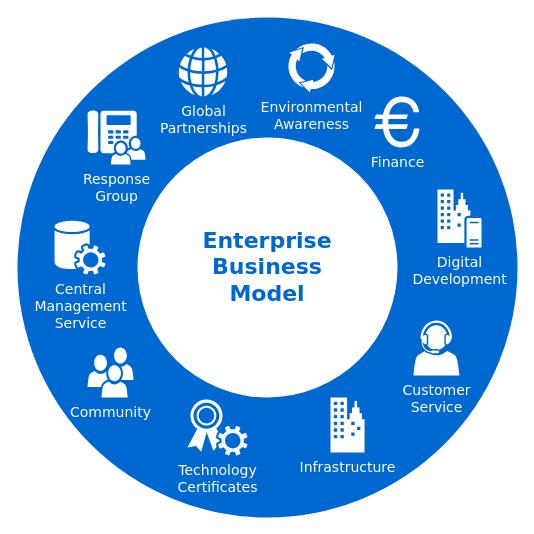
Above: Namnlöst diagram.drawio in PeterVinter/Diagrams (draw.io), before the change. Source tidied: cells renumbered, new cells numbered last; positions are measured from the earlier drawing's top-left corner, leaving out a move shared by most shapes. Both pictures are drawn from the tidied source at 100%, with x=0, y=0 at pixel (17, 17).
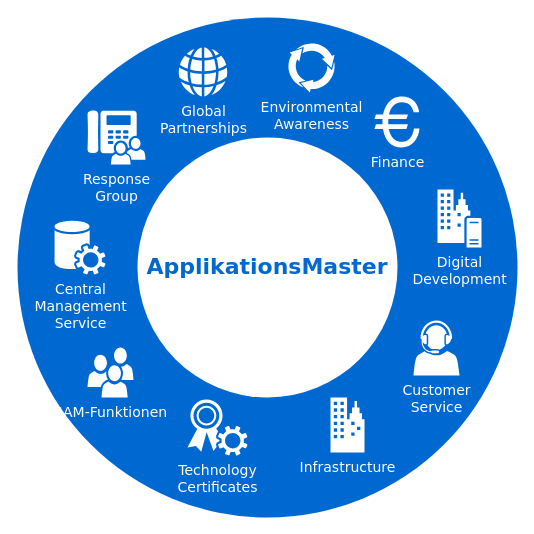
The same diagram, later.

Diff of the diagram source:
```diff
@@
 <mxGraphModel>
   <root>
     <mxCell id="0" />
     <mxCell id="1" parent="0" />
     <mxCell id="2" style="ellipse;whiteSpace=wrap;html=1;rounded=0;shadow=0;comic=0;strokeWidth=1;fontFamily=Verdana;fontSize=14;strokeColor=none;fillColor=#0069D1;" parent="1" vertex="1">
       <mxGeometry width="500" height="500" as="geometry" />
     </mxCell>
-    <mxCell id="3" value="Enterprise&lt;div&gt;Business&lt;/div&gt;&lt;div&gt;Model&lt;/div&gt;" style="ellipse;whiteSpace=wrap;html=1;rounded=0;shadow=0;comic=0;strokeWidth=1;fontFamily=Verdana;fontSize=22;strokeColor=none;fillColor=#ffffff;fontColor=#0069D1;fontStyle=1;" parent="1" vertex="1">
+    <mxCell id="3" value="ApplikationsMaster" style="ellipse;whiteSpace=wrap;html=1;rounded=0;shadow=0;comic=0;strokeWidth=1;fontFamily=Verdana;fontSize=22;strokeColor=none;fillColor=#ffffff;fontColor=#0069D1;fontStyle=1;" parent="1" vertex="1">
       <mxGeometry x="120" y="120" width="260" height="260" as="geometry" />
     </mxCell>
-    <mxCell id="4" value="Community" style="shadow=0;dashed=0;html=1;strokeColor=none;fillColor=#ffffff;labelPosition=center;verticalLabelPosition=bottom;verticalAlign=top;shape=mxgraph.office.users.users;rounded=0;comic=0;fontFamily=Verdana;fontSize=14;fontColor=#FFFFFF;" parent="1" vertex="1">
+    <mxCell id="4" value="SAM-Funktionen" style="shadow=0;dashed=0;html=1;strokeColor=none;fillColor=#ffffff;labelPosition=center;verticalLabelPosition=bottom;verticalAlign=top;shape=mxgraph.office.users.users;rounded=0;comic=0;fontFamily=Verdana;fontSize=14;fontColor=#FFFFFF;" parent="1" vertex="1">
       <mxGeometry x="70" y="330" width="46" height="50" as="geometry" />
     </mxCell>
     <mxCell id="5" value="Customer&lt;div&gt;Service&lt;/div&gt;" style="shadow=0;dashed=0;html=1;strokeColor=none;fillColor=#ffffff;labelPosition=center;verticalLabelPosition=bottom;verticalAlign=top;shape=mxgraph.office.users.call_center_agent;rounded=0;comic=0;fontFamily=Verdana;fontSize=14;fontColor=#FFFFFF;" parent="1" vertex="1">
       <mxGeometry x="396" y="303" width="46" height="55" as="geometry" />
     </mxCell>
     <mxCell id="6" value="Response&lt;div&gt;Group&lt;/div&gt;" style="shadow=0;dashed=0;html=1;strokeColor=none;fillColor=#ffffff;labelPosition=center;verticalLabelPosition=bottom;verticalAlign=top;shape=mxgraph.office.users.response_group;rounded=0;comic=0;fontFamily=Verdana;fontSize=14;fontColor=#FFFFFF;" parent="1" vertex="1">
       <mxGeometry x="70" y="93" width="58" height="54" as="geometry" />
     </mxCell>
     <mxCell id="7" value="Central&lt;div&gt;Management&lt;/div&gt;&lt;div&gt;Service&lt;/div&gt;" style="shadow=0;dashed=0;html=1;strokeColor=none;fillColor=#ffffff;labelPosition=center;verticalLabelPosition=bottom;verticalAlign=top;shape=mxgraph.office.services.central_management_service;rounded=0;comic=0;fontFamily=Verdana;fontSize=14;fontColor=#FFFFFF;" parent="1" vertex="1">
       <mxGeometry x="37" y="203" width="51" height="54" as="geometry" />
     </mxCell>
     <mxCell id="8" value="Digital&lt;div&gt;Development&lt;/div&gt;" style="shadow=0;dashed=0;html=1;strokeColor=none;fillColor=#ffffff;labelPosition=center;verticalLabelPosition=bottom;verticalAlign=top;shape=mxgraph.office.servers.on_premises_server;rounded=0;comic=0;fontFamily=Verdana;fontSize=14;fontColor=#FFFFFF;" parent="1" vertex="1">
       <mxGeometry x="420" y="172" width="44" height="58" as="geometry" />
     </mxCell>
     <mxCell id="9" value="Technology&lt;div&gt;Certificates&lt;/div&gt;" style="shadow=0;dashed=0;html=1;strokeColor=none;fillColor=#ffffff;labelPosition=center;verticalLabelPosition=bottom;verticalAlign=top;shape=mxgraph.office.security.token_service;rounded=0;comic=0;fontFamily=Verdana;fontSize=14;fontColor=#FFFFFF;" parent="1" vertex="1">
       <mxGeometry x="170" y="382" width="60" height="56" as="geometry" />
     </mxCell>
     <mxCell id="10" value="Infrastructure" style="shadow=0;dashed=0;html=1;strokeColor=none;fillColor=#ffffff;labelPosition=center;verticalLabelPosition=bottom;verticalAlign=top;shape=mxgraph.office.concepts.on_premises;rounded=0;comic=0;fontFamily=Verdana;fontSize=14;fontColor=#FFFFFF;" parent="1" vertex="1">
       <mxGeometry x="313" y="380" width="34" height="55" as="geometry" />
     </mxCell>
     <mxCell id="11" value="Global&lt;div&gt;Partnerships&lt;/div&gt;" style="shadow=0;dashed=0;html=1;strokeColor=none;fillColor=#ffffff;labelPosition=center;verticalLabelPosition=bottom;verticalAlign=top;shape=mxgraph.office.concepts.globe_internet;rounded=0;comic=0;fontFamily=Verdana;fontSize=14;fontColor=#FFFFFF;" parent="1" vertex="1">
       <mxGeometry x="161" y="30" width="49" height="49" as="geometry" />
     </mxCell>
     <mxCell id="12" value="Environmental&lt;div&gt;Awareness&lt;/div&gt;" style="shadow=0;dashed=0;html=1;strokeColor=none;shape=mxgraph.mscae.general.continuous_cycle;fillColor=#ffffff;rounded=0;comic=0;fontFamily=Verdana;fontSize=14;fontColor=#FFFFFF;verticalAlign=top;labelPosition=center;verticalLabelPosition=bottom;align=center;" parent="1" vertex="1">
       <mxGeometry x="270" y="25" width="48" height="50" as="geometry" />
     </mxCell>
     <mxCell id="13" value="Finance" style="shape=mxgraph.signs.travel.euro;html=1;fillColor=#ffffff;strokeColor=none;verticalLabelPosition=bottom;verticalAlign=top;align=center;rounded=0;shadow=0;dashed=0;comic=0;fontFamily=Verdana;fontSize=14;fontColor=#FFFFFF;" parent="1" vertex="1">
       <mxGeometry x="357" y="79" width="45" height="51" as="geometry" />
     </mxCell>
   </root>
 </mxGraphModel>
```
